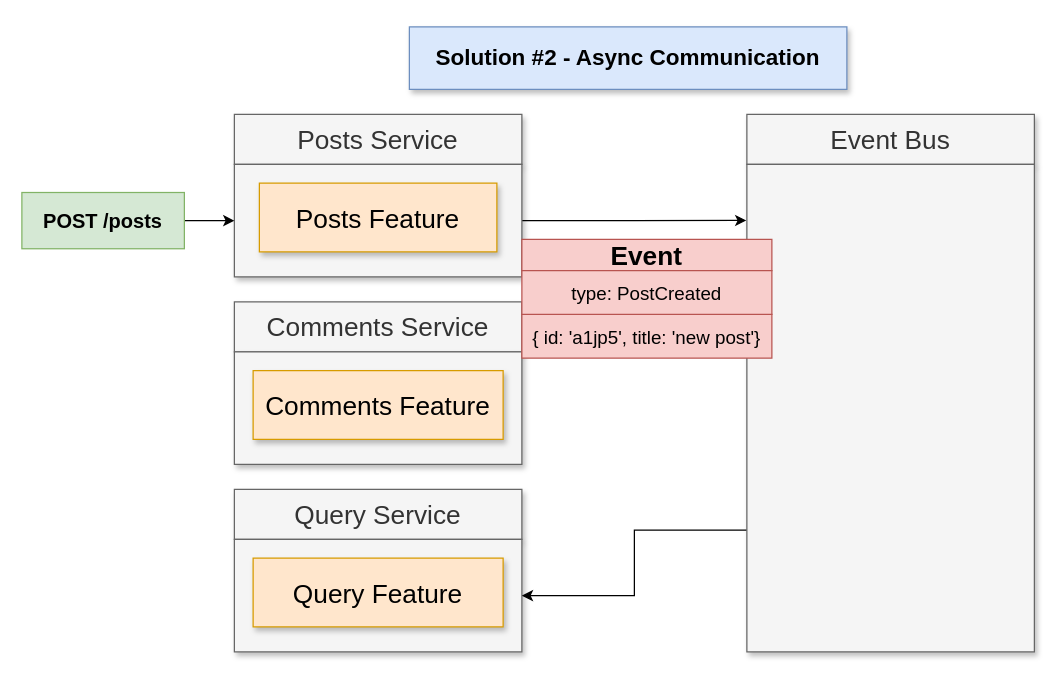
This is page "19 - async" (20 of 26) of diagrams/02/diagrams.drawio from HappySuzuki/microservices-cast, a draw.io file, before an edit. Source tidied: cells renumbered, new cells numbered last; positions are measured from the earlier drawing's top-left corner, leaving out a move shared by most shapes. Both pictures are drawn from the tidied source at 125%, with x=0, y=0 at pixel (21, 26).
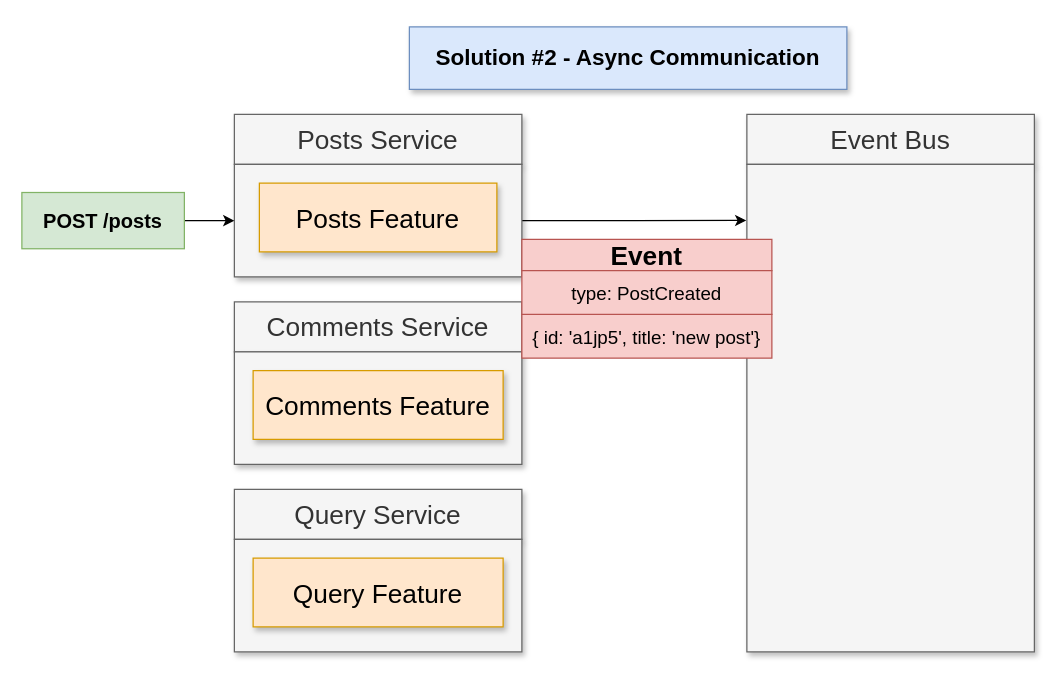
The same diagram, later.

The change refers to these unchanged cells:
```xml
<mxCell id="11" style="rounded=0;whiteSpace=wrap;html=1;shadow=1;fontSize=17;align=left;fillColor=#f5f5f5;strokeColor=#666666;fontColor=#333333;fontStyle=0;" parent="1" vertex="1">
  <mxGeometry x="170" y="410" width="230" height="90" as="geometry" />
</mxCell>
<mxCell id="15" style="rounded=0;whiteSpace=wrap;html=1;shadow=1;fontSize=17;align=left;fillColor=#f5f5f5;strokeColor=#666666;fontColor=#333333;" parent="1" vertex="1">
  <mxGeometry x="580" y="110" width="230" height="390" as="geometry" />
</mxCell>
```

Change to the diagram source:
```diff
@@
-    <mxCell id="14" style="edgeStyle=orthogonalEdgeStyle;rounded=0;jettySize=auto;html=1;exitX=0;exitY=0.75;exitDx=0;exitDy=0;fontSize=13;" parent="1" edge="1" source="15" target="11">
-      <mxGeometry relative="1" as="geometry" />
-    </mxCell>
```
